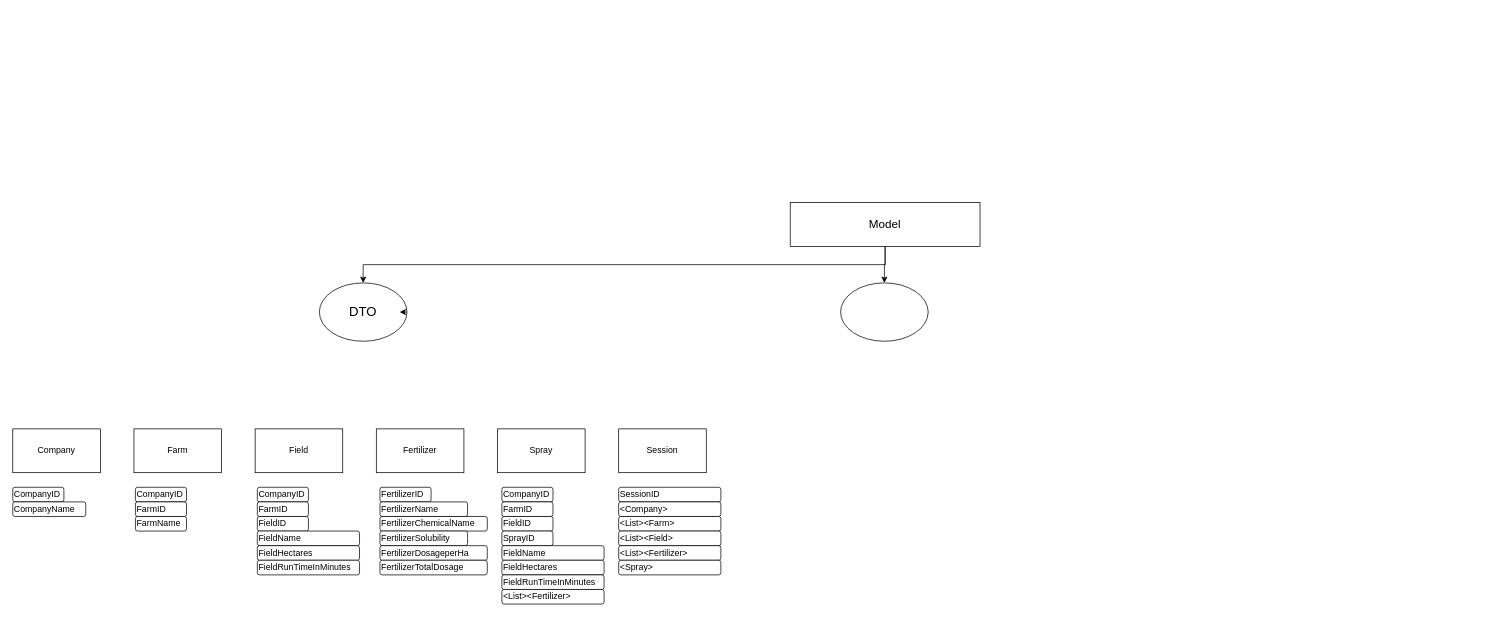
Before: FarmBuddyV4WinForms_Models.drawio in seepster/FarmBuddyV4WinForms, a draw.io diagram. Source tidied: cells renumbered, new cells numbered last; positions are measured from the earlier drawing's top-left corner, leaving out a move shared by most shapes. Both pictures are drawn from the tidied source at 73%, with x=0, y=0 at pixel (12, 202).
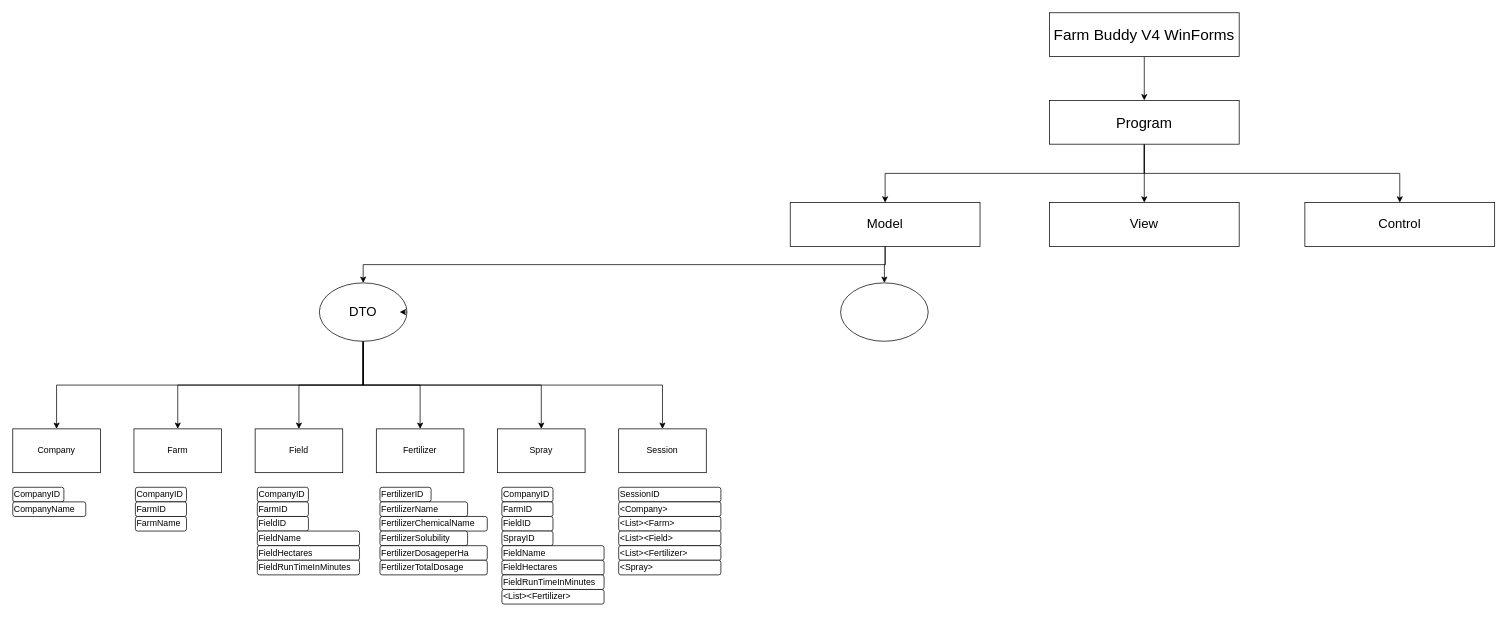
The same diagram, later.

Unchanged cells that the change refers to:
```xml
<mxCell id="5" value="Company" style="rounded=0;whiteSpace=wrap;html=1;verticalAlign=middle;" parent="1" vertex="1">
  <mxGeometry y="310" width="120" height="60" as="geometry" />
</mxCell>
<mxCell id="6" value="Farm" style="rounded=0;whiteSpace=wrap;html=1;verticalAlign=middle;" parent="1" vertex="1">
  <mxGeometry x="166" y="310" width="120" height="60" as="geometry" />
</mxCell>
<mxCell id="7" value="Field" style="rounded=0;whiteSpace=wrap;html=1;verticalAlign=middle;" parent="1" vertex="1">
  <mxGeometry x="332" y="310" width="120" height="60" as="geometry" />
</mxCell>
<mxCell id="8" value="&lt;div&gt;Fertilizer&lt;/div&gt;" style="rounded=0;whiteSpace=wrap;html=1;verticalAlign=middle;" parent="1" vertex="1">
  <mxGeometry x="498" y="310" width="120" height="60" as="geometry" />
</mxCell>
<mxCell id="9" value="&lt;div&gt;Spray&lt;/div&gt;" style="rounded=0;whiteSpace=wrap;html=1;verticalAlign=middle;" parent="1" vertex="1">
  <mxGeometry x="664" y="310" width="120" height="60" as="geometry" />
</mxCell>
<mxCell id="35" value="&lt;div&gt;Session&lt;/div&gt;" style="rounded=0;whiteSpace=wrap;html=1;verticalAlign=middle;" parent="1" vertex="1">
  <mxGeometry x="830" y="310" width="120" height="60" as="geometry" />
</mxCell>
<mxCell id="42" value="DTO" style="ellipse;whiteSpace=wrap;html=1;fontSize=18;" parent="1" vertex="1">
  <mxGeometry x="420" y="110" width="120" height="80" as="geometry" />
</mxCell>
```

What changed in the source:
```diff
@@
-    <mxCell id="4" value="&lt;div&gt;&lt;font style=&quot;font-size: 16px;&quot;&gt;Model&lt;/font&gt;&lt;/div&gt;" style="rounded=0;whiteSpace=wrap;html=1;align=center;" parent="1" vertex="1">
+    <mxCell id="4" value="&lt;div&gt;&lt;font&gt;Model&lt;/font&gt;&lt;/div&gt;" style="rounded=0;whiteSpace=wrap;html=1;align=center;fontSize=18;" parent="1" vertex="1">
       <mxGeometry x="1065" width="260" height="60" as="geometry" />
     </mxCell>
@@
+    <mxCell id="45" style="edgeStyle=orthogonalEdgeStyle;rounded=0;jettySize=auto;html=1;exitX=0.5;exitY=1;exitDx=0;exitDy=0;entryX=0.5;entryY=0;entryDx=0;entryDy=0;" parent="1" edge="1" source="42" target="5">
+      <mxGeometry relative="1" as="geometry" />
+    </mxCell>
+    <mxCell id="46" style="edgeStyle=orthogonalEdgeStyle;rounded=0;jettySize=auto;html=1;exitX=0.5;exitY=1;exitDx=0;exitDy=0;entryX=0.5;entryY=0;entryDx=0;entryDy=0;" parent="1" edge="1" source="42" target="6">
+      <mxGeometry relative="1" as="geometry" />
+    </mxCell>
+    <mxCell id="47" style="edgeStyle=orthogonalEdgeStyle;rounded=0;jettySize=auto;html=1;exitX=0.5;exitY=1;exitDx=0;exitDy=0;entryX=0.5;entryY=0;entryDx=0;entryDy=0;" parent="1" edge="1" source="42" target="7">
+      <mxGeometry relative="1" as="geometry" />
+    </mxCell>
+    <mxCell id="48" style="edgeStyle=orthogonalEdgeStyle;rounded=0;jettySize=auto;html=1;exitX=0.5;exitY=1;exitDx=0;exitDy=0;entryX=0.5;entryY=0;entryDx=0;entryDy=0;" parent="1" edge="1" source="42" target="8">
+      <mxGeometry relative="1" as="geometry" />
+    </mxCell>
+    <mxCell id="49" style="edgeStyle=orthogonalEdgeStyle;rounded=0;jettySize=auto;html=1;exitX=0.5;exitY=1;exitDx=0;exitDy=0;entryX=0.5;entryY=0;entryDx=0;entryDy=0;" parent="1" edge="1" source="42" target="9">
+      <mxGeometry relative="1" as="geometry" />
+    </mxCell>
+    <mxCell id="50" style="edgeStyle=orthogonalEdgeStyle;rounded=0;jettySize=auto;html=1;exitX=0.5;exitY=1;exitDx=0;exitDy=0;entryX=0.5;entryY=0;entryDx=0;entryDy=0;" parent="1" edge="1" source="42" target="35">
+      <mxGeometry relative="1" as="geometry" />
+    </mxCell>
@@
+    <mxCell id="51" style="edgeStyle=orthogonalEdgeStyle;rounded=0;jettySize=auto;html=1;exitX=0.5;exitY=1;exitDx=0;exitDy=0;entryX=0.5;entryY=0;entryDx=0;entryDy=0;" parent="1" edge="1" source="52" target="56">
+      <mxGeometry relative="1" as="geometry" />
+    </mxCell>
+    <mxCell id="52" value="Farm Buddy V4 WinForms" style="rounded=0;whiteSpace=wrap;html=1;align=center;fontSize=21;" parent="1" vertex="1">
+      <mxGeometry x="1420" y="-260" width="260" height="60" as="geometry" />
+    </mxCell>
+    <mxCell id="53" style="edgeStyle=orthogonalEdgeStyle;rounded=0;jettySize=auto;html=1;exitX=0.5;exitY=1;exitDx=0;exitDy=0;entryX=0.5;entryY=0;entryDx=0;entryDy=0;" parent="1" edge="1" source="56" target="57">
+      <mxGeometry relative="1" as="geometry" />
+    </mxCell>
+    <mxCell id="54" style="edgeStyle=orthogonalEdgeStyle;rounded=0;jettySize=auto;html=1;exitX=0.5;exitY=1;exitDx=0;exitDy=0;entryX=0.5;entryY=0;entryDx=0;entryDy=0;" parent="1" edge="1" source="56" target="4">
+      <mxGeometry relative="1" as="geometry" />
+    </mxCell>
+    <mxCell id="55" style="edgeStyle=orthogonalEdgeStyle;rounded=0;jettySize=auto;html=1;exitX=0.5;exitY=1;exitDx=0;exitDy=0;entryX=0.5;entryY=0;entryDx=0;entryDy=0;" parent="1" edge="1" source="56" target="58">
+      <mxGeometry relative="1" as="geometry" />
+    </mxCell>
+    <mxCell id="56" value="&lt;div&gt;Program&lt;/div&gt;" style="rounded=0;whiteSpace=wrap;html=1;align=center;fontSize=20;" parent="1" vertex="1">
+      <mxGeometry x="1420" y="-140" width="260" height="60" as="geometry" />
+    </mxCell>
+    <mxCell id="57" value="View" style="rounded=0;whiteSpace=wrap;html=1;align=center;fontSize=18;" parent="1" vertex="1">
+      <mxGeometry x="1420" width="260" height="60" as="geometry" />
+    </mxCell>
+    <mxCell id="58" value="Control" style="rounded=0;whiteSpace=wrap;html=1;align=center;fontSize=18;" parent="1" vertex="1">
+      <mxGeometry x="1770" width="260" height="60" as="geometry" />
+    </mxCell>
```
